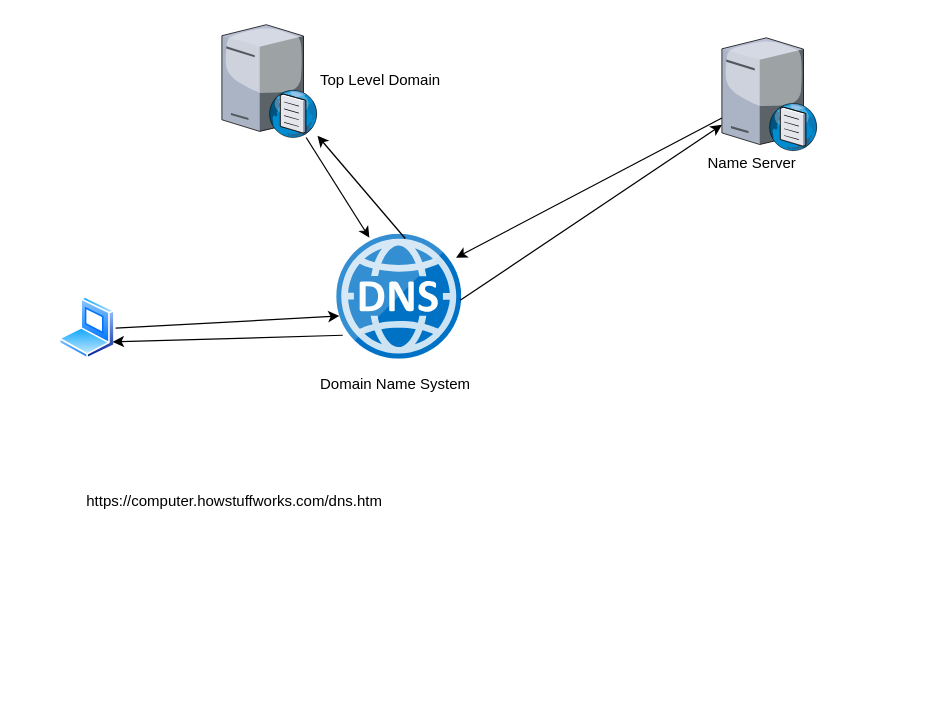
Before: HowDNSworks.drawio in kaustavdassoa/Diagrams, a draw.io diagram. Source tidied: cells renumbered, new cells numbered last; positions are measured from the earlier drawing's top-left corner, leaving out a move shared by most shapes. Both pictures are drawn from the tidied source at 125%, with x=0, y=0 at pixel (59, 21).
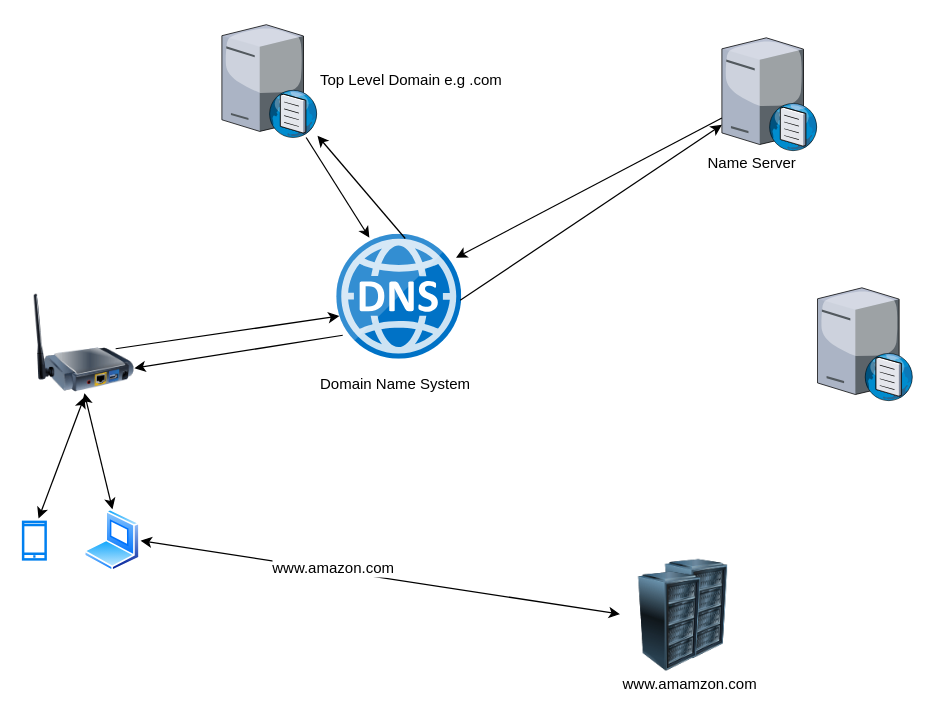
Above is the later version.

Unchanged cells that the change refers to:
```xml
<mxCell id="3" style="html=1;perimeter=none;align=center;shadow=0;dashed=0;image;fontSize=12;image=img/lib/mscae/DNS.svg;" parent="1" vertex="1">
  <mxGeometry x="222" y="170" width="100" height="100" as="geometry" />
</mxCell>
```

Diff of the diagram source:
```diff
@@
-    <mxCell id="4" style="rounded=0;jettySize=auto;html=1;exitX=1;exitY=0.5;exitDx=0;exitDy=0;entryX=0.02;entryY=0.653;entryDx=0;entryDy=0;entryPerimeter=0;" parent="1" edge="1" source="5" target="3">
-      <mxGeometry relative="1" as="geometry" />
+    <mxCell id="4" style="rounded=0;jettySize=auto;html=1;exitX=1;exitY=0.5;exitDx=0;exitDy=0;entryX=0.02;entryY=0.653;entryDx=0;entryDy=0;entryPerimeter=0;" parent="1" edge="1" target="3">
+      <mxGeometry relative="1" as="geometry">
+        <mxPoint x="45" y="261.5" as="sourcePoint" />
+      </mxGeometry>
     </mxCell>
-    <mxCell id="5" style="perimeter=ellipsePerimeter;html=1;align=center;shadow=0;dashed=0;spacingTop=3;image;image=img/lib/active_directory/laptop_client.svg;" parent="1" vertex="1">
-      <mxGeometry y="220" width="45" height="50" as="geometry" />
-    </mxCell>
-    <mxCell id="6" value="https://computer.howstuffworks.com/dns.htm" style="text;html=1;" parent="1" vertex="1">
-      <mxGeometry x="20" y="370" width="260" height="30" as="geometry" />
-    </mxCell>
@@
-    <mxCell id="9" value="Top Level Domain&amp;nbsp;" style="text;html=1;align=left;verticalAlign=top;spacingTop=-4;" parent="1" vertex="1">
-      <mxGeometry x="206.5" y="36.5" width="110" height="20" as="geometry" />
+    <mxCell id="9" value="Top Level Domain e.g .com" style="text;html=1;align=left;verticalAlign=top;spacingTop=-4;" parent="1" vertex="1">
+      <mxGeometry x="206.5" y="36.5" width="160" height="20" as="geometry" />
     </mxCell>
@@
-    <mxCell id="15" style="endArrow=classic;html=1;exitX=0.047;exitY=0.807;exitDx=0;exitDy=0;exitPerimeter=0;entryX=1;entryY=0.75;entryDx=0;entryDy=0;" parent="1" edge="1" source="3" target="5">
+    <mxCell id="15" style="endArrow=classic;html=1;exitX=0.047;exitY=0.807;exitDx=0;exitDy=0;exitPerimeter=0;entryX=1;entryY=0.75;entryDx=0;entryDy=0;" parent="1" edge="1" source="3" target="19">
       <mxGeometry relative="1" as="geometry" />
     </mxCell>
+    <mxCell id="16" style="verticalLabelPosition=bottom;html=1;verticalAlign=top;strokeColor=none;align=center;shape=mxgraph.citrix.dns_server;" parent="1" vertex="1">
+      <mxGeometry x="606.5" y="210.5" width="76.5" height="92.5" as="geometry" />
+    </mxCell>
+    <mxCell id="17" style="image;html=1;labelBackgroundColor=#ffffff;image=img/lib/clip_art/computers/Server_Rack_128x128.png;" parent="1" vertex="1">
+      <mxGeometry x="470" y="430" width="80" height="80" as="geometry" />
+    </mxCell>
+    <mxCell id="18" style="image;html=1;labelBackgroundColor=#ffffff;image=img/lib/clip_art/computers/Server_Rack_128x128.png;" parent="1" vertex="1">
+      <mxGeometry x="448.5" y="440" width="80" height="80" as="geometry" />
+    </mxCell>
+    <mxCell id="19" style="image;html=1;labelBackgroundColor=#ffffff;image=img/lib/clip_art/networking/Print_Server_Wireless_128x128.png;" parent="1" vertex="1">
+      <mxGeometry x="-20" y="217" width="80" height="80" as="geometry" />
+    </mxCell>
+    <mxCell id="20" style="perimeter=ellipsePerimeter;html=1;align=center;shadow=0;dashed=0;spacingTop=3;image;image=img/lib/active_directory/laptop_client.svg;" parent="1" vertex="1">
+      <mxGeometry x="20" y="390" width="45" height="50" as="geometry" />
+    </mxCell>
+    <mxCell id="21" style="html=1;verticalLabelPosition=bottom;align=center;labelBackgroundColor=#ffffff;verticalAlign=top;strokeWidth=2;strokeColor=#0080F0;fillColor=#ffffff;shadow=0;dashed=0;shape=mxgraph.ios7.icons.smartphone;" parent="1" vertex="1">
+      <mxGeometry x="-29" y="400" width="18" height="30" as="geometry" />
+    </mxCell>
+    <mxCell id="22" style="endArrow=classic;html=1;entryX=0.5;entryY=1;entryDx=0;entryDy=0;exitX=0.5;exitY=0;exitDx=0;exitDy=0;startArrow=classic;startFill=1;" parent="1" edge="1" source="20" target="19">
+      <mxGeometry relative="1" as="geometry" />
+    </mxCell>
+    <mxCell id="23" style="endArrow=classic;html=1;exitX=0.685;exitY=-0.089;exitDx=0;exitDy=0;exitPerimeter=0;startArrow=classic;startFill=1;" parent="1" edge="1" source="21">
+      <mxGeometry relative="1" as="geometry">
+        <mxPoint x="20" y="300" as="targetPoint" />
+      </mxGeometry>
+    </mxCell>
+    <mxCell id="24" value="www.amamzon.com" style="text;html=1;align=left;verticalAlign=top;spacingTop=-4;" parent="1" vertex="1">
+      <mxGeometry x="448.5" y="520" width="120" height="20" as="geometry" />
+    </mxCell>
+    <mxCell id="25" style="endArrow=classic;startArrow=classic;html=1;exitX=1;exitY=0.5;exitDx=0;exitDy=0;" parent="1" edge="1" source="20" target="18">
+      <mxGeometry relative="1" as="geometry" />
+    </mxCell>
+    <mxCell id="26" value="www.amazon.com" style="text;html=1;align=center;verticalAlign=middle;labelBackgroundColor=#ffffff;" parent="25" vertex="1">
+      <mxGeometry x="-0.2" y="2" relative="1" as="geometry" />
+    </mxCell>
```
